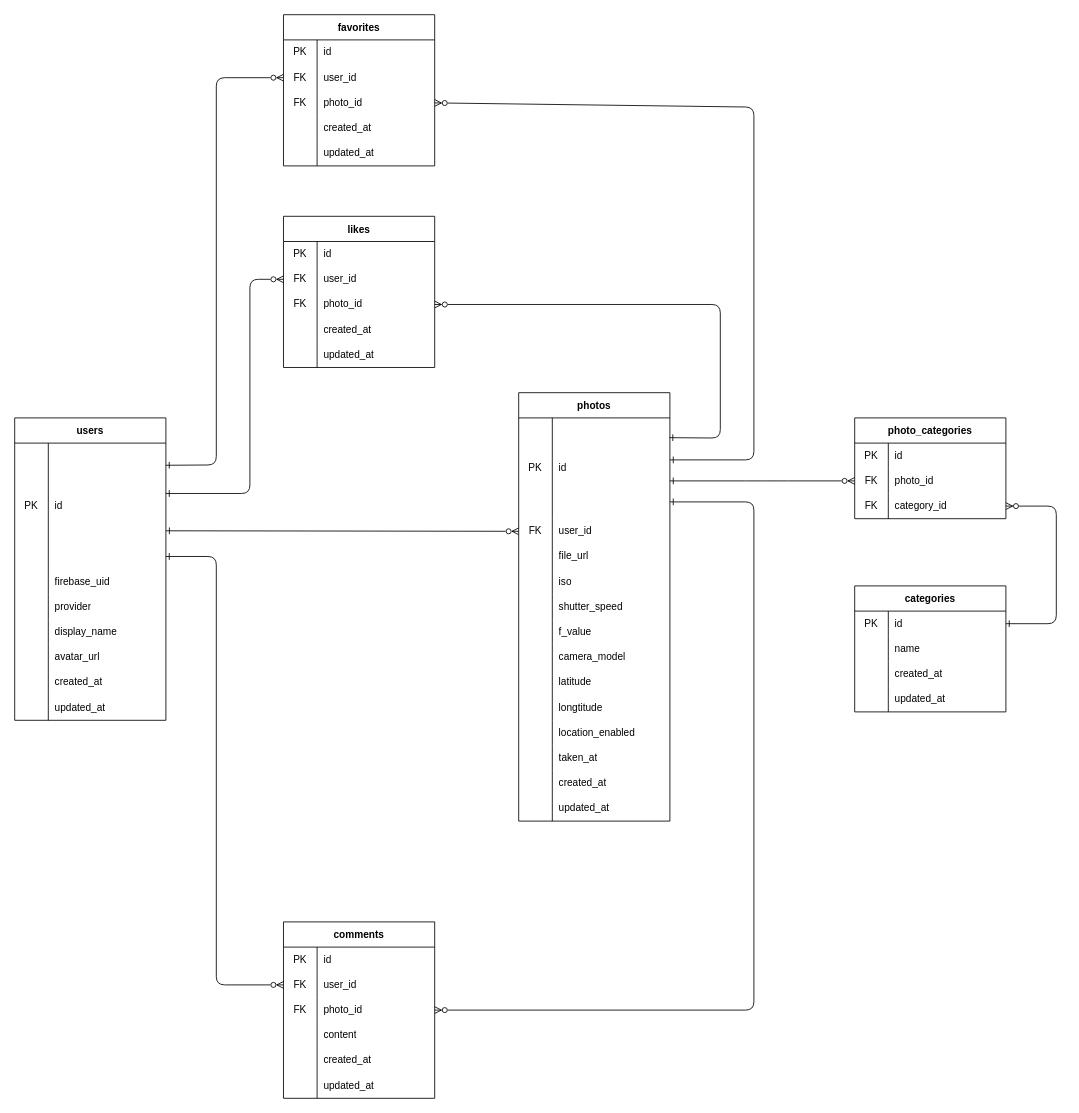
Earlier version of the draw.io diagram er.drawio (Kaiwa-Jun/shotsharing). Source tidied: cells renumbered, new cells numbered last; positions are measured from the earlier drawing's top-left corner, leaving out a move shared by most shapes. Both pictures are drawn from the tidied source at 84%, with x=0, y=0 at pixel (14, 14).
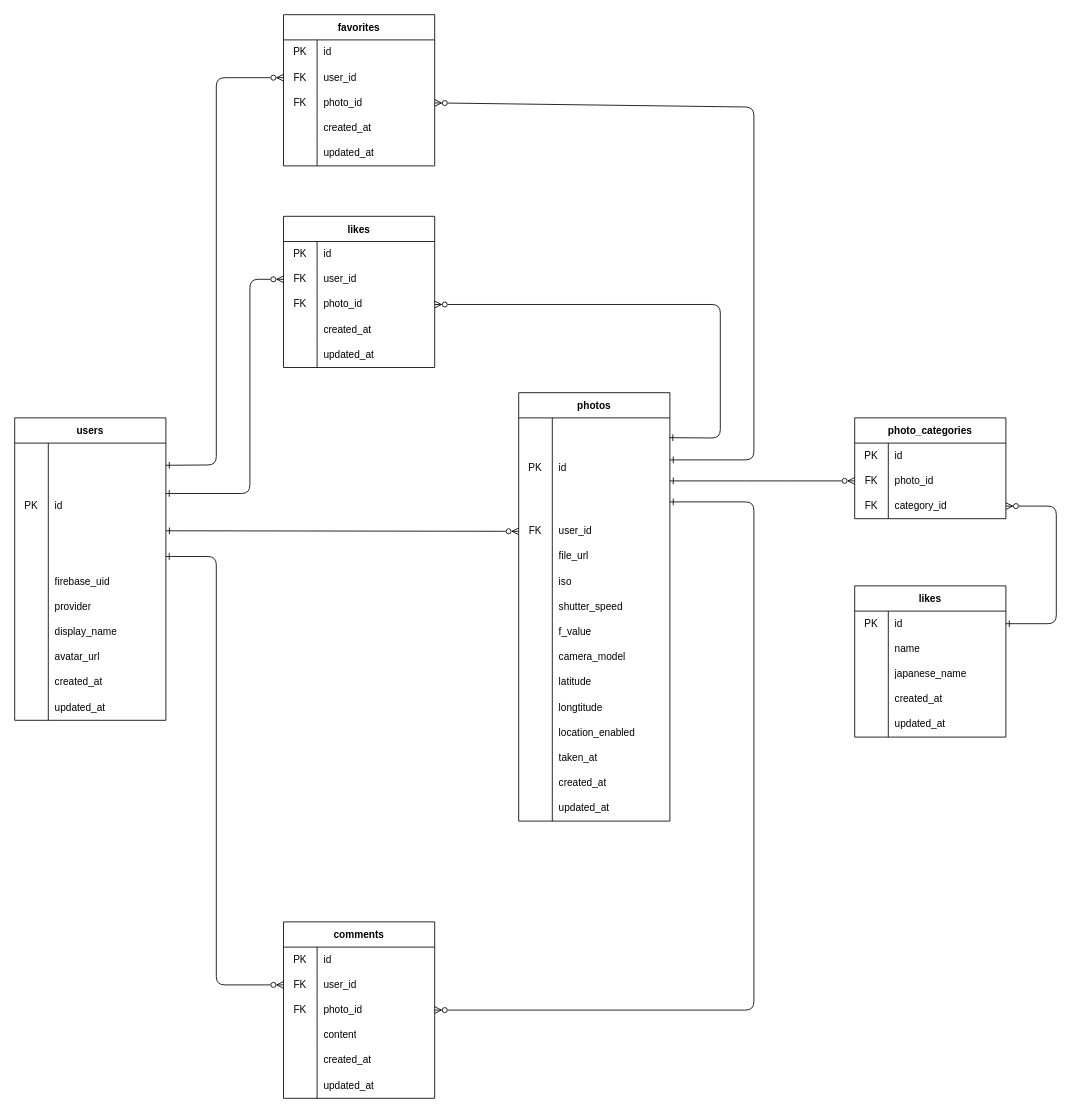
After the change.

Commit message:
er.drawio を更新します

The change refers to these unchanged cells:
```xml
<mxCell id="126" style="shape=tableRow;horizontal=0;startSize=0;swimlaneHead=0;swimlaneBody=0;top=0;left=0;bottom=0;right=0;fillColor=none;points=[[0,0.5],[1,0.5]];portConstraint=eastwest;" parent="122" vertex="1">
  <mxGeometry y="60" width="180" height="30" as="geometry" />
</mxCell>
<mxCell id="129" style="shape=tableRow;horizontal=0;startSize=0;swimlaneHead=0;swimlaneBody=0;top=0;left=0;bottom=0;right=0;fillColor=none;points=[[0,0.5],[1,0.5]];portConstraint=eastwest;" parent="122" vertex="1">
  <mxGeometry y="90" width="180" height="30" as="geometry" />
</mxCell>
```

The edit, as a diff of the source:
```diff
@@
-    <mxCell id="132" value="categories" style="shape=table;startSize=30;childLayout=tableLayout;rowLines=0;fontStyle=1;perimeterSpacing=0;columnLines=1;resizeLastRow=0;swimlaneHead=1;swimlaneBody=1;horizontal=1;top=1;bottom=1;noLabel=0;" parent="1" vertex="1">
-      <mxGeometry x="1000" y="680" width="180" height="150" as="geometry" />
-    </mxCell>
+    <mxCell id="145" style="edgeStyle=none;html=1;fontFamily=Helvetica;fontSize=12;fontColor=default;startArrow=ERone;startFill=0;endArrow=ERzeroToMany;endFill=0;startSize=6;entryX=0;entryY=0.5;entryDx=0;entryDy=0;" parent="1" edge="1" target="126">
+      <mxGeometry relative="1" as="geometry">
+        <mxPoint x="780" y="555" as="sourcePoint" />
+        <Array as="points">
+          <mxPoint x="880" y="555" />
+          <mxPoint x="920" y="555" />
+        </Array>
+      </mxGeometry>
+    </mxCell>
+    <mxCell id="146" style="edgeStyle=none;html=1;fontFamily=Helvetica;fontSize=12;fontColor=default;startArrow=ERone;startFill=0;endArrow=ERzeroToMany;endFill=0;startSize=6;entryX=1;entryY=0.5;entryDx=0;entryDy=0;exitX=1;exitY=0.5;exitDx=0;exitDy=0;" parent="1" edge="1" target="129">
+      <mxGeometry relative="1" as="geometry">
+        <mxPoint x="1180" y="725" as="sourcePoint" />
+        <Array as="points">
+          <mxPoint x="1240" y="725" />
+          <mxPoint x="1240" y="585" />
+        </Array>
+      </mxGeometry>
+    </mxCell>
+    <mxCell id="147" value="likes" style="shape=table;startSize=30;childLayout=tableLayout;rowLines=0;fontStyle=1;perimeterSpacing=0;columnLines=1;resizeLastRow=0;swimlaneHead=1;swimlaneBody=1;horizontal=1;top=1;bottom=1;noLabel=0;" parent="1" vertex="1">
+      <mxGeometry x="1000" y="680" width="180" height="180" as="geometry" />
+    </mxCell>
-    <mxCell id="133" style="shape=tableRow;horizontal=0;startSize=0;swimlaneHead=0;swimlaneBody=0;top=0;left=0;bottom=0;right=0;fillColor=none;points=[[0,0.5],[1,0.5]];portConstraint=eastwest;" parent="132" vertex="1">
+    <mxCell id="133" style="shape=tableRow;horizontal=0;startSize=0;swimlaneHead=0;swimlaneBody=0;top=0;left=0;bottom=0;right=0;fillColor=none;points=[[0,0.5],[1,0.5]];portConstraint=eastwest;" parent="147" vertex="1">
       <mxGeometry y="30" width="180" height="30" as="geometry" />
     </mxCell>
@@
-    <mxCell id="136" style="shape=tableRow;horizontal=0;startSize=0;swimlaneHead=0;swimlaneBody=0;top=0;left=0;bottom=0;right=0;fillColor=none;" parent="132" vertex="1">
+    <mxCell id="136" style="shape=tableRow;horizontal=0;startSize=0;swimlaneHead=0;swimlaneBody=0;top=0;left=0;bottom=0;right=0;fillColor=none;" parent="147" vertex="1">
       <mxGeometry y="60" width="180" height="30" as="geometry" />
     </mxCell>
-    <mxCell id="137" style="shape=partialRectangle;html=1;whiteSpace=wrap;fillColor=none;top=0;left=0;bottom=0;right=0;overflow=hidden;" parent="136" vertex="1">
-      <mxGeometry width="40" height="30" as="geometry" />
-    </mxCell>
+    <mxCell id="148" style="shape=partialRectangle;html=1;whiteSpace=wrap;fillColor=none;top=0;left=0;bottom=0;right=0;overflow=hidden;" parent="136" vertex="1">
+      <mxGeometry width="40" height="30" as="geometry" />
+    </mxCell>
@@
-    <mxCell id="139" style="shape=tableRow;horizontal=0;startSize=0;swimlaneHead=0;swimlaneBody=0;top=0;left=0;bottom=0;right=0;fillColor=none;" parent="132" vertex="1">
+    <mxCell id="139" style="shape=tableRow;horizontal=0;startSize=0;swimlaneHead=0;swimlaneBody=0;top=0;left=0;bottom=0;right=0;fillColor=none;" parent="147" vertex="1">
       <mxGeometry y="90" width="180" height="30" as="geometry" />
     </mxCell>
-    <mxCell id="140" style="shape=partialRectangle;html=1;whiteSpace=wrap;fillColor=none;top=0;left=0;bottom=0;right=0;overflow=hidden;" parent="139" vertex="1">
-      <mxGeometry width="40" height="30" as="geometry" />
-    </mxCell>
+    <mxCell id="149" style="shape=partialRectangle;html=1;whiteSpace=wrap;fillColor=none;top=0;left=0;bottom=0;right=0;overflow=hidden;" parent="139" vertex="1">
+      <mxGeometry width="40" height="30" as="geometry" />
+    </mxCell>
+    <mxCell id="150" value="japanese_name" style="shape=partialRectangle;html=1;whiteSpace=wrap;fillColor=none;top=0;left=0;bottom=0;right=0;align=left;spacingLeft=6;overflow=hidden;" parent="139" vertex="1">
+      <mxGeometry x="40" width="140" height="30" as="geometry" />
+    </mxCell>
+    <mxCell id="142" style="shape=tableRow;horizontal=0;startSize=0;swimlaneHead=0;swimlaneBody=0;top=0;left=0;bottom=0;right=0;fillColor=none;" parent="147" vertex="1">
+      <mxGeometry y="120" width="180" height="30" as="geometry" />
+    </mxCell>
+    <mxCell id="151" style="shape=partialRectangle;html=1;whiteSpace=wrap;fillColor=none;top=0;left=0;bottom=0;right=0;overflow=hidden;" parent="142" vertex="1">
+      <mxGeometry width="40" height="30" as="geometry" />
+    </mxCell>
-    <mxCell id="141" value="created_at" style="shape=partialRectangle;html=1;whiteSpace=wrap;fillColor=none;top=0;left=0;bottom=0;right=0;align=left;spacingLeft=6;overflow=hidden;" parent="139" vertex="1">
+    <mxCell id="141" value="created_at" style="shape=partialRectangle;html=1;whiteSpace=wrap;fillColor=none;top=0;left=0;bottom=0;right=0;align=left;spacingLeft=6;overflow=hidden;" parent="142" vertex="1">
       <mxGeometry x="40" width="140" height="30" as="geometry" />
     </mxCell>
-    <mxCell id="142" style="shape=tableRow;horizontal=0;startSize=0;swimlaneHead=0;swimlaneBody=0;top=0;left=0;bottom=0;right=0;fillColor=none;" parent="132" vertex="1">
-      <mxGeometry y="120" width="180" height="30" as="geometry" />
-    </mxCell>
-    <mxCell id="143" style="shape=partialRectangle;html=1;whiteSpace=wrap;fillColor=none;top=0;left=0;bottom=0;right=0;overflow=hidden;" parent="142" vertex="1">
-      <mxGeometry width="40" height="30" as="geometry" />
-    </mxCell>
+    <mxCell id="152" style="shape=tableRow;horizontal=0;startSize=0;swimlaneHead=0;swimlaneBody=0;top=0;left=0;bottom=0;right=0;fillColor=none;" parent="147" vertex="1">
+      <mxGeometry y="150" width="180" height="30" as="geometry" />
+    </mxCell>
+    <mxCell id="153" style="shape=partialRectangle;html=1;whiteSpace=wrap;fillColor=none;top=0;left=0;bottom=0;right=0;overflow=hidden;" parent="152" vertex="1">
+      <mxGeometry width="40" height="30" as="geometry" />
+    </mxCell>
-    <mxCell id="144" value="updated_at" style="shape=partialRectangle;html=1;whiteSpace=wrap;fillColor=none;top=0;left=0;bottom=0;right=0;align=left;spacingLeft=6;overflow=hidden;" parent="142" vertex="1">
+    <mxCell id="144" value="updated_at" style="shape=partialRectangle;html=1;whiteSpace=wrap;fillColor=none;top=0;left=0;bottom=0;right=0;align=left;spacingLeft=6;overflow=hidden;" parent="152" vertex="1">
       <mxGeometry x="40" width="140" height="30" as="geometry" />
     </mxCell>
-    <mxCell id="145" style="edgeStyle=none;html=1;fontFamily=Helvetica;fontSize=12;fontColor=default;startArrow=ERone;startFill=0;endArrow=ERzeroToMany;endFill=0;startSize=6;entryX=0;entryY=0.5;entryDx=0;entryDy=0;" parent="1" edge="1" target="126">
-      <mxGeometry relative="1" as="geometry">
-        <mxPoint x="780" y="555" as="sourcePoint" />
-        <Array as="points">
-          <mxPoint x="880" y="555" />
-          <mxPoint x="920" y="555" />
-        </Array>
-      </mxGeometry>
-    </mxCell>
-    <mxCell id="146" style="edgeStyle=none;html=1;fontFamily=Helvetica;fontSize=12;fontColor=default;startArrow=ERone;startFill=0;endArrow=ERzeroToMany;endFill=0;startSize=6;entryX=1;entryY=0.5;entryDx=0;entryDy=0;exitX=1;exitY=0.5;exitDx=0;exitDy=0;" parent="1" edge="1" source="133" target="129">
-      <mxGeometry relative="1" as="geometry">
-        <Array as="points">
-          <mxPoint x="1240" y="725" />
-          <mxPoint x="1240" y="585" />
-        </Array>
-      </mxGeometry>
-    </mxCell>
```
